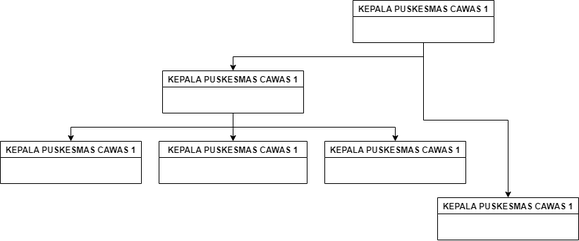
Earlier version of the draw.io export Bagan Puskesmas Cawas 1.png (famowoiii/web-sika). Source tidied: cells renumbered, new cells last; positions are measured from the earlier drawing's top-left corner, leaving out a move shared by most shapes. Its diagram source:
```xml
<mxGraphModel>
  <root>
    <mxCell id="0" />
    <mxCell id="1" parent="0" />
    <mxCell id="2" style="edgeStyle=orthogonalEdgeStyle;rounded=0;jettySize=auto;html=1;exitX=0.5;exitY=1;exitDx=0;exitDy=0;" parent="1" edge="1" source="4" target="8">
      <mxGeometry relative="1" as="geometry" />
    </mxCell>
    <mxCell id="3" style="edgeStyle=orthogonalEdgeStyle;rounded=0;jettySize=auto;html=1;" parent="1" edge="1" source="4" target="9">
      <mxGeometry relative="1" as="geometry" />
    </mxCell>
    <mxCell id="4" value="KEPALA PUSKESMAS CAWAS 1" style="swimlane;" parent="1" vertex="1">
      <mxGeometry x="500" width="200" height="60" as="geometry" />
    </mxCell>
    <mxCell id="5" style="edgeStyle=orthogonalEdgeStyle;rounded=0;jettySize=auto;html=1;exitX=0.5;exitY=1;exitDx=0;exitDy=0;" parent="1" edge="1" source="8" target="10">
      <mxGeometry relative="1" as="geometry" />
    </mxCell>
    <mxCell id="6" style="edgeStyle=orthogonalEdgeStyle;rounded=0;jettySize=auto;html=1;" parent="1" edge="1" source="8" target="11">
      <mxGeometry relative="1" as="geometry" />
    </mxCell>
    <mxCell id="7" style="edgeStyle=orthogonalEdgeStyle;rounded=0;jettySize=auto;html=1;exitX=0.5;exitY=1;exitDx=0;exitDy=0;" parent="1" edge="1" source="8" target="12">
      <mxGeometry relative="1" as="geometry" />
    </mxCell>
    <mxCell id="8" value="KEPALA PUSKESMAS CAWAS 1" style="swimlane;" parent="1" vertex="1">
      <mxGeometry x="230" y="100" width="200" height="60" as="geometry" />
    </mxCell>
    <mxCell id="9" value="KEPALA PUSKESMAS CAWAS 1" style="swimlane;" parent="1" vertex="1">
      <mxGeometry x="620" y="280" width="200" height="60" as="geometry" />
    </mxCell>
    <mxCell id="10" value="KEPALA PUSKESMAS CAWAS 1" style="swimlane;" parent="1" vertex="1">
      <mxGeometry y="200" width="200" height="60" as="geometry" />
    </mxCell>
    <mxCell id="11" value="KEPALA PUSKESMAS CAWAS 1" style="swimlane;" parent="1" vertex="1">
      <mxGeometry x="225" y="200" width="210" height="60" as="geometry" />
    </mxCell>
    <mxCell id="12" value="KEPALA PUSKESMAS CAWAS 1" style="swimlane;" parent="1" vertex="1">
      <mxGeometry x="460" y="200" width="200" height="60" as="geometry" />
    </mxCell>
  </root>
</mxGraphModel>
```
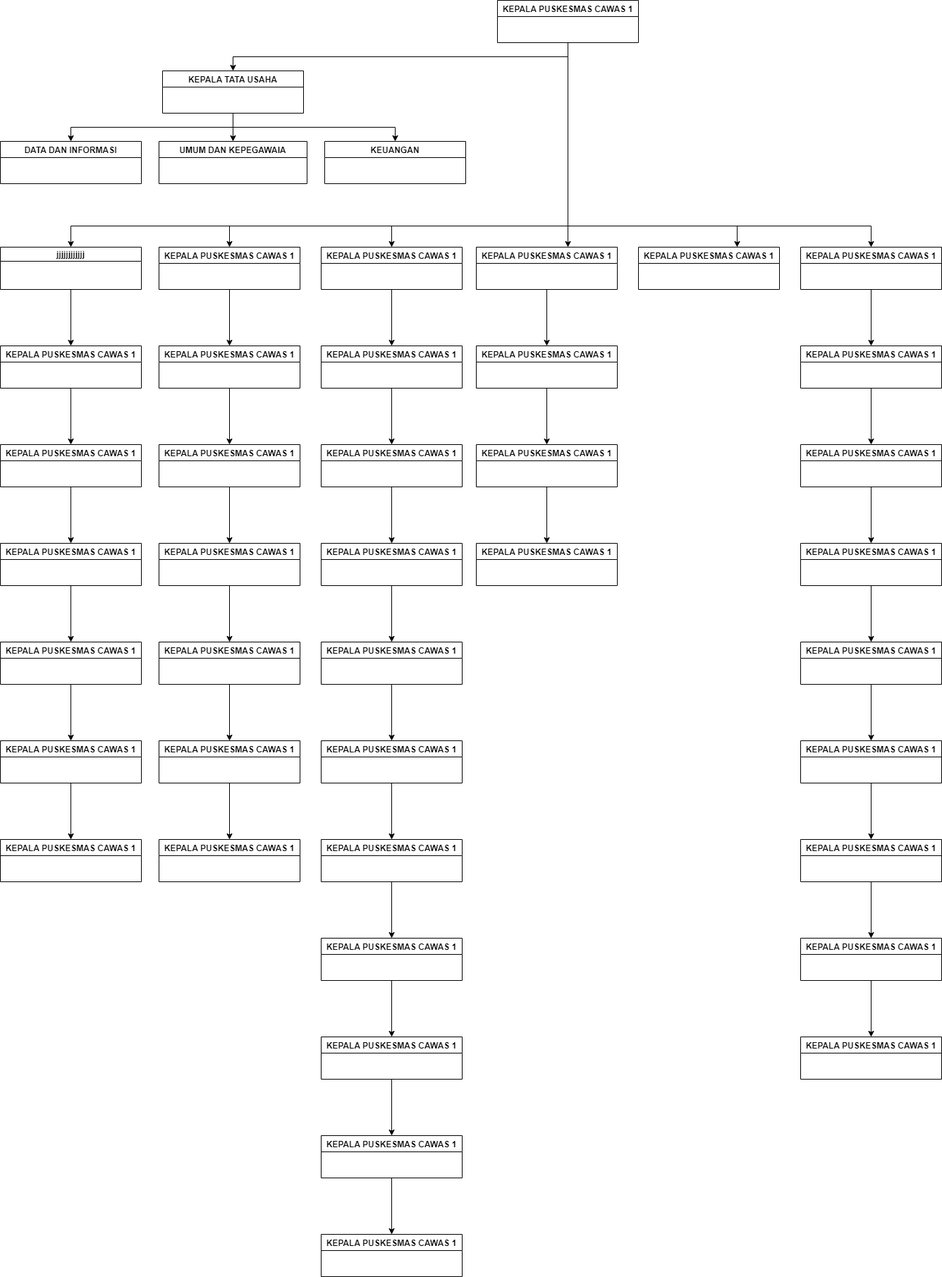
Above is the later version.

What changed in the source:
```diff
@@ -5,11 +5,56 @@
     <mxCell id="2" style="edgeStyle=orthogonalEdgeStyle;rounded=0;jettySize=auto;html=1;exitX=0.5;exitY=1;exitDx=0;exitDy=0;" parent="1" edge="1" source="4" target="8">
       <mxGeometry relative="1" as="geometry" />
     </mxCell>
-    <mxCell id="3" style="edgeStyle=orthogonalEdgeStyle;rounded=0;jettySize=auto;html=1;" parent="1" edge="1" source="4" target="9">
-      <mxGeometry relative="1" as="geometry" />
+    <mxCell id="3" style="edgeStyle=orthogonalEdgeStyle;rounded=0;jettySize=auto;html=1;exitX=0.5;exitY=1;exitDx=0;exitDy=0;" parent="1" edge="1" source="4" target="9">
+      <mxGeometry relative="1" as="geometry">
+        <Array as="points">
+          <mxPoint x="805" y="320" />
+          <mxPoint x="100" y="320" />
+        </Array>
+      </mxGeometry>
     </mxCell>
+    <mxCell id="13" style="edgeStyle=orthogonalEdgeStyle;rounded=0;jettySize=auto;html=1;exitX=0.5;exitY=1;exitDx=0;exitDy=0;" parent="1" edge="1" source="4" target="20">
+      <mxGeometry relative="1" as="geometry">
+        <Array as="points">
+          <mxPoint x="805" y="320" />
+          <mxPoint x="325" y="320" />
+        </Array>
+      </mxGeometry>
+    </mxCell>
+    <mxCell id="14" style="edgeStyle=orthogonalEdgeStyle;rounded=0;jettySize=auto;html=1;exitX=0.5;exitY=1;exitDx=0;exitDy=0;" parent="1" edge="1" source="4" target="22">
+      <mxGeometry relative="1" as="geometry">
+        <Array as="points">
+          <mxPoint x="805" y="320" />
+          <mxPoint x="555" y="320" />
+        </Array>
+      </mxGeometry>
+    </mxCell>
+    <mxCell id="15" style="edgeStyle=orthogonalEdgeStyle;rounded=0;jettySize=auto;html=1;" parent="1" edge="1" source="4" target="24">
+      <mxGeometry relative="1" as="geometry">
+        <Array as="points">
+          <mxPoint x="805" y="280" />
+          <mxPoint x="805" y="280" />
+        </Array>
+      </mxGeometry>
+    </mxCell>
+    <mxCell id="16" style="edgeStyle=orthogonalEdgeStyle;rounded=0;jettySize=auto;html=1;exitX=0.5;exitY=1;exitDx=0;exitDy=0;" parent="1" edge="1" source="4" target="25">
+      <mxGeometry relative="1" as="geometry">
+        <Array as="points">
+          <mxPoint x="805" y="320" />
+          <mxPoint x="1045" y="320" />
+        </Array>
+      </mxGeometry>
+    </mxCell>
+    <mxCell id="17" style="edgeStyle=orthogonalEdgeStyle;rounded=0;jettySize=auto;html=1;entryX=0.5;entryY=0;entryDx=0;entryDy=0;exitX=0.5;exitY=1;exitDx=0;exitDy=0;" parent="1" edge="1" source="4" target="27">
+      <mxGeometry relative="1" as="geometry">
+        <Array as="points">
+          <mxPoint x="805" y="320" />
+          <mxPoint x="1235" y="320" />
+        </Array>
+      </mxGeometry>
+    </mxCell>
     <mxCell id="4" value="KEPALA PUSKESMAS CAWAS 1" style="swimlane;" parent="1" vertex="1">
-      <mxGeometry x="500" width="200" height="60" as="geometry" />
+      <mxGeometry x="705" width="200" height="60" as="geometry" />
     </mxCell>
     <mxCell id="5" style="edgeStyle=orthogonalEdgeStyle;rounded=0;jettySize=auto;html=1;exitX=0.5;exitY=1;exitDx=0;exitDy=0;" parent="1" edge="1" source="8" target="10">
       <mxGeometry relative="1" as="geometry" />
@@ -20,20 +65,233 @@
     <mxCell id="7" style="edgeStyle=orthogonalEdgeStyle;rounded=0;jettySize=auto;html=1;exitX=0.5;exitY=1;exitDx=0;exitDy=0;" parent="1" edge="1" source="8" target="12">
       <mxGeometry relative="1" as="geometry" />
     </mxCell>
-    <mxCell id="8" value="KEPALA PUSKESMAS CAWAS 1" style="swimlane;" parent="1" vertex="1">
+    <mxCell id="8" value="KEPALA TATA USAHA" style="swimlane;" parent="1" vertex="1">
       <mxGeometry x="230" y="100" width="200" height="60" as="geometry" />
     </mxCell>
+    <mxCell id="18" style="edgeStyle=orthogonalEdgeStyle;rounded=0;jettySize=auto;html=1;" parent="1" edge="1" source="9" target="29">
+      <mxGeometry relative="1" as="geometry" />
+    </mxCell>
-    <mxCell id="9" value="KEPALA PUSKESMAS CAWAS 1" style="swimlane;" parent="1" vertex="1">
-      <mxGeometry x="620" y="280" width="200" height="60" as="geometry" />
+    <mxCell id="9" value="jjjjjjjjjjjj" style="swimlane;startSize=20;" parent="1" vertex="1">
+      <mxGeometry y="350" width="200" height="60" as="geometry" />
     </mxCell>
-    <mxCell id="10" value="KEPALA PUSKESMAS CAWAS 1" style="swimlane;" parent="1" vertex="1">
+    <mxCell id="10" value="DATA DAN INFORMASI" style="swimlane;" parent="1" vertex="1">
       <mxGeometry y="200" width="200" height="60" as="geometry" />
     </mxCell>
-    <mxCell id="11" value="KEPALA PUSKESMAS CAWAS 1" style="swimlane;" parent="1" vertex="1">
+    <mxCell id="11" value="UMUM DAN KEPEGAWAIA" style="swimlane;" parent="1" vertex="1">
       <mxGeometry x="225" y="200" width="210" height="60" as="geometry" />
     </mxCell>
-    <mxCell id="12" value="KEPALA PUSKESMAS CAWAS 1" style="swimlane;" parent="1" vertex="1">
+    <mxCell id="12" value="KEUANGAN" style="swimlane;startSize=23;" parent="1" vertex="1">
       <mxGeometry x="460" y="200" width="200" height="60" as="geometry" />
     </mxCell>
+    <mxCell id="19" style="edgeStyle=orthogonalEdgeStyle;rounded=0;jettySize=auto;html=1;" parent="1" edge="1" source="20" target="40">
+      <mxGeometry relative="1" as="geometry" />
+    </mxCell>
+    <mxCell id="20" value="KEPALA PUSKESMAS CAWAS 1" style="swimlane;" parent="1" vertex="1">
+      <mxGeometry x="225" y="350" width="200" height="60" as="geometry" />
+    </mxCell>
+    <mxCell id="21" style="edgeStyle=orthogonalEdgeStyle;rounded=0;jettySize=auto;html=1;" parent="1" edge="1" source="22" target="51">
+      <mxGeometry relative="1" as="geometry" />
+    </mxCell>
+    <mxCell id="22" value="KEPALA PUSKESMAS CAWAS 1" style="swimlane;" parent="1" vertex="1">
+      <mxGeometry x="455" y="350" width="200" height="60" as="geometry" />
+    </mxCell>
+    <mxCell id="23" style="edgeStyle=orthogonalEdgeStyle;rounded=0;jettySize=auto;html=1;" parent="1" edge="1" source="24" target="70">
+      <mxGeometry relative="1" as="geometry" />
+    </mxCell>
+    <mxCell id="24" value="KEPALA PUSKESMAS CAWAS 1" style="swimlane;" parent="1" vertex="1">
+      <mxGeometry x="675" y="350" width="200" height="60" as="geometry" />
+    </mxCell>
+    <mxCell id="25" value="KEPALA PUSKESMAS CAWAS 1" style="swimlane;" parent="1" vertex="1">
+      <mxGeometry x="905" y="350" width="200" height="60" as="geometry" />
+    </mxCell>
+    <mxCell id="26" style="edgeStyle=orthogonalEdgeStyle;rounded=0;jettySize=auto;html=1;" parent="1" edge="1" source="27" target="75">
+      <mxGeometry relative="1" as="geometry" />
+    </mxCell>
+    <mxCell id="27" value="KEPALA PUSKESMAS CAWAS 1" style="swimlane;" parent="1" vertex="1">
+      <mxGeometry x="1135" y="350" width="200" height="60" as="geometry" />
+    </mxCell>
+    <mxCell id="28" style="edgeStyle=orthogonalEdgeStyle;rounded=0;jettySize=auto;html=1;" parent="1" edge="1" source="29" target="31">
+      <mxGeometry relative="1" as="geometry" />
+    </mxCell>
+    <mxCell id="29" value="KEPALA PUSKESMAS CAWAS 1" style="swimlane;" parent="1" vertex="1">
+      <mxGeometry y="490" width="200" height="60" as="geometry" />
+    </mxCell>
+    <mxCell id="30" style="edgeStyle=orthogonalEdgeStyle;rounded=0;jettySize=auto;html=1;" parent="1" edge="1" source="31" target="33">
+      <mxGeometry relative="1" as="geometry" />
+    </mxCell>
+    <mxCell id="31" value="KEPALA PUSKESMAS CAWAS 1" style="swimlane;" parent="1" vertex="1">
+      <mxGeometry y="630" width="200" height="60" as="geometry" />
+    </mxCell>
+    <mxCell id="32" style="edgeStyle=orthogonalEdgeStyle;rounded=0;jettySize=auto;html=1;" parent="1" edge="1" source="33" target="35">
+      <mxGeometry relative="1" as="geometry" />
+    </mxCell>
+    <mxCell id="33" value="KEPALA PUSKESMAS CAWAS 1" style="swimlane;" parent="1" vertex="1">
+      <mxGeometry y="770" width="200" height="60" as="geometry" />
+    </mxCell>
+    <mxCell id="34" style="edgeStyle=orthogonalEdgeStyle;rounded=0;jettySize=auto;html=1;" parent="1" edge="1" source="35" target="37">
+      <mxGeometry relative="1" as="geometry" />
+    </mxCell>
+    <mxCell id="35" value="KEPALA PUSKESMAS CAWAS 1" style="swimlane;" parent="1" vertex="1">
+      <mxGeometry y="910" width="200" height="60" as="geometry" />
+    </mxCell>
+    <mxCell id="36" style="edgeStyle=orthogonalEdgeStyle;rounded=0;jettySize=auto;html=1;" parent="1" edge="1" source="37" target="38">
+      <mxGeometry relative="1" as="geometry" />
+    </mxCell>
+    <mxCell id="37" value="KEPALA PUSKESMAS CAWAS 1" style="swimlane;" parent="1" vertex="1">
+      <mxGeometry y="1050" width="200" height="60" as="geometry" />
+    </mxCell>
+    <mxCell id="38" value="KEPALA PUSKESMAS CAWAS 1" style="swimlane;" parent="1" vertex="1">
+      <mxGeometry y="1190" width="200" height="60" as="geometry" />
+    </mxCell>
+    <mxCell id="39" style="edgeStyle=orthogonalEdgeStyle;rounded=0;jettySize=auto;html=1;" parent="1" edge="1" source="40" target="42">
+      <mxGeometry relative="1" as="geometry" />
+    </mxCell>
+    <mxCell id="40" value="KEPALA PUSKESMAS CAWAS 1" style="swimlane;" parent="1" vertex="1">
+      <mxGeometry x="225" y="490" width="200" height="60" as="geometry" />
+    </mxCell>
+    <mxCell id="41" style="edgeStyle=orthogonalEdgeStyle;rounded=0;jettySize=auto;html=1;" parent="1" edge="1" source="42" target="44">
+      <mxGeometry relative="1" as="geometry" />
+    </mxCell>
+    <mxCell id="42" value="KEPALA PUSKESMAS CAWAS 1" style="swimlane;" parent="1" vertex="1">
+      <mxGeometry x="225" y="630" width="200" height="60" as="geometry" />
+    </mxCell>
+    <mxCell id="43" style="edgeStyle=orthogonalEdgeStyle;rounded=0;jettySize=auto;html=1;" parent="1" edge="1" source="44" target="46">
+      <mxGeometry relative="1" as="geometry" />
+    </mxCell>
+    <mxCell id="44" value="KEPALA PUSKESMAS CAWAS 1" style="swimlane;" parent="1" vertex="1">
+      <mxGeometry x="225" y="770" width="200" height="60" as="geometry" />
+    </mxCell>
+    <mxCell id="45" style="edgeStyle=orthogonalEdgeStyle;rounded=0;jettySize=auto;html=1;" parent="1" edge="1" source="46" target="48">
+      <mxGeometry relative="1" as="geometry" />
+    </mxCell>
+    <mxCell id="46" value="KEPALA PUSKESMAS CAWAS 1" style="swimlane;" parent="1" vertex="1">
+      <mxGeometry x="225" y="910" width="200" height="60" as="geometry" />
+    </mxCell>
+    <mxCell id="47" style="edgeStyle=orthogonalEdgeStyle;rounded=0;jettySize=auto;html=1;" parent="1" edge="1" source="48" target="49">
+      <mxGeometry relative="1" as="geometry" />
+    </mxCell>
+    <mxCell id="48" value="KEPALA PUSKESMAS CAWAS 1" style="swimlane;" parent="1" vertex="1">
+      <mxGeometry x="225" y="1050" width="200" height="60" as="geometry" />
+    </mxCell>
+    <mxCell id="49" value="KEPALA PUSKESMAS CAWAS 1" style="swimlane;" parent="1" vertex="1">
+      <mxGeometry x="225" y="1190" width="200" height="60" as="geometry" />
+    </mxCell>
+    <mxCell id="50" style="edgeStyle=orthogonalEdgeStyle;rounded=0;jettySize=auto;html=1;" parent="1" edge="1" source="51" target="53">
+      <mxGeometry relative="1" as="geometry" />
+    </mxCell>
+    <mxCell id="51" value="KEPALA PUSKESMAS CAWAS 1" style="swimlane;" parent="1" vertex="1">
+      <mxGeometry x="455" y="490" width="200" height="60" as="geometry" />
+    </mxCell>
+    <mxCell id="52" style="edgeStyle=orthogonalEdgeStyle;rounded=0;jettySize=auto;html=1;" parent="1" edge="1" source="53" target="55">
+      <mxGeometry relative="1" as="geometry" />
+    </mxCell>
+    <mxCell id="53" value="KEPALA PUSKESMAS CAWAS 1" style="swimlane;" parent="1" vertex="1">
+      <mxGeometry x="455" y="630" width="200" height="60" as="geometry" />
+    </mxCell>
+    <mxCell id="54" style="edgeStyle=orthogonalEdgeStyle;rounded=0;jettySize=auto;html=1;" parent="1" edge="1" source="55" target="57">
+      <mxGeometry relative="1" as="geometry" />
+    </mxCell>
+    <mxCell id="55" value="KEPALA PUSKESMAS CAWAS 1" style="swimlane;" parent="1" vertex="1">
+      <mxGeometry x="455" y="770" width="200" height="60" as="geometry" />
+    </mxCell>
+    <mxCell id="56" style="edgeStyle=orthogonalEdgeStyle;rounded=0;jettySize=auto;html=1;" parent="1" edge="1" source="57" target="59">
+      <mxGeometry relative="1" as="geometry" />
+    </mxCell>
+    <mxCell id="57" value="KEPALA PUSKESMAS CAWAS 1" style="swimlane;" parent="1" vertex="1">
+      <mxGeometry x="455" y="910" width="200" height="60" as="geometry" />
+    </mxCell>
+    <mxCell id="58" style="edgeStyle=orthogonalEdgeStyle;rounded=0;jettySize=auto;html=1;" parent="1" edge="1" source="59" target="61">
+      <mxGeometry relative="1" as="geometry" />
+    </mxCell>
+    <mxCell id="59" value="KEPALA PUSKESMAS CAWAS 1" style="swimlane;" parent="1" vertex="1">
+      <mxGeometry x="455" y="1050" width="200" height="60" as="geometry" />
+    </mxCell>
+    <mxCell id="60" style="edgeStyle=orthogonalEdgeStyle;rounded=0;jettySize=auto;html=1;" parent="1" edge="1" source="61" target="63">
+      <mxGeometry relative="1" as="geometry" />
+    </mxCell>
+    <mxCell id="61" value="KEPALA PUSKESMAS CAWAS 1" style="swimlane;" parent="1" vertex="1">
+      <mxGeometry x="455" y="1190" width="200" height="60" as="geometry" />
+    </mxCell>
+    <mxCell id="62" style="edgeStyle=orthogonalEdgeStyle;rounded=0;jettySize=auto;html=1;" parent="1" edge="1" source="63" target="65">
+      <mxGeometry relative="1" as="geometry" />
+    </mxCell>
+    <mxCell id="63" value="KEPALA PUSKESMAS CAWAS 1" style="swimlane;" parent="1" vertex="1">
+      <mxGeometry x="455" y="1330" width="200" height="60" as="geometry" />
+    </mxCell>
+    <mxCell id="64" style="edgeStyle=orthogonalEdgeStyle;rounded=0;jettySize=auto;html=1;" parent="1" edge="1" source="65" target="67">
+      <mxGeometry relative="1" as="geometry" />
+    </mxCell>
+    <mxCell id="65" value="KEPALA PUSKESMAS CAWAS 1" style="swimlane;" parent="1" vertex="1">
+      <mxGeometry x="455" y="1470" width="200" height="60" as="geometry" />
+    </mxCell>
+    <mxCell id="66" style="edgeStyle=orthogonalEdgeStyle;rounded=0;jettySize=auto;html=1;" parent="1" edge="1" source="67" target="68">
+      <mxGeometry relative="1" as="geometry" />
+    </mxCell>
+    <mxCell id="67" value="KEPALA PUSKESMAS CAWAS 1" style="swimlane;" parent="1" vertex="1">
+      <mxGeometry x="455" y="1610" width="200" height="60" as="geometry" />
+    </mxCell>
+    <mxCell id="68" value="KEPALA PUSKESMAS CAWAS 1" style="swimlane;" parent="1" vertex="1">
+      <mxGeometry x="455" y="1750" width="200" height="60" as="geometry" />
+    </mxCell>
+    <mxCell id="69" style="edgeStyle=orthogonalEdgeStyle;rounded=0;jettySize=auto;html=1;" parent="1" edge="1" source="70" target="72">
+      <mxGeometry relative="1" as="geometry" />
+    </mxCell>
+    <mxCell id="70" value="KEPALA PUSKESMAS CAWAS 1" style="swimlane;" parent="1" vertex="1">
+      <mxGeometry x="675" y="490" width="200" height="60" as="geometry" />
+    </mxCell>
+    <mxCell id="71" style="edgeStyle=orthogonalEdgeStyle;rounded=0;jettySize=auto;html=1;" parent="1" edge="1" source="72" target="73">
+      <mxGeometry relative="1" as="geometry" />
+    </mxCell>
+    <mxCell id="72" value="KEPALA PUSKESMAS CAWAS 1" style="swimlane;" parent="1" vertex="1">
+      <mxGeometry x="675" y="630" width="200" height="60" as="geometry" />
+    </mxCell>
+    <mxCell id="73" value="KEPALA PUSKESMAS CAWAS 1" style="swimlane;" parent="1" vertex="1">
+      <mxGeometry x="675" y="770" width="200" height="60" as="geometry" />
+    </mxCell>
+    <mxCell id="74" style="edgeStyle=orthogonalEdgeStyle;rounded=0;jettySize=auto;html=1;" parent="1" edge="1" source="75" target="77">
+      <mxGeometry relative="1" as="geometry" />
+    </mxCell>
+    <mxCell id="75" value="KEPALA PUSKESMAS CAWAS 1" style="swimlane;" parent="1" vertex="1">
+      <mxGeometry x="1135" y="490" width="200" height="60" as="geometry" />
+    </mxCell>
+    <mxCell id="76" style="edgeStyle=orthogonalEdgeStyle;rounded=0;jettySize=auto;html=1;" parent="1" edge="1" source="77" target="79">
+      <mxGeometry relative="1" as="geometry" />
+    </mxCell>
+    <mxCell id="77" value="KEPALA PUSKESMAS CAWAS 1" style="swimlane;" parent="1" vertex="1">
+      <mxGeometry x="1135" y="630" width="200" height="60" as="geometry" />
+    </mxCell>
+    <mxCell id="78" style="edgeStyle=orthogonalEdgeStyle;rounded=0;jettySize=auto;html=1;" parent="1" edge="1" source="79" target="81">
+      <mxGeometry relative="1" as="geometry" />
+    </mxCell>
+    <mxCell id="79" value="KEPALA PUSKESMAS CAWAS 1" style="swimlane;" parent="1" vertex="1">
+      <mxGeometry x="1135" y="770" width="200" height="60" as="geometry" />
+    </mxCell>
+    <mxCell id="80" style="edgeStyle=orthogonalEdgeStyle;rounded=0;jettySize=auto;html=1;" parent="1" edge="1" source="81" target="83">
+      <mxGeometry relative="1" as="geometry" />
+    </mxCell>
+    <mxCell id="81" value="KEPALA PUSKESMAS CAWAS 1" style="swimlane;" parent="1" vertex="1">
+      <mxGeometry x="1135" y="910" width="200" height="60" as="geometry" />
+    </mxCell>
+    <mxCell id="82" style="edgeStyle=orthogonalEdgeStyle;rounded=0;jettySize=auto;html=1;" parent="1" edge="1" source="83" target="85">
+      <mxGeometry relative="1" as="geometry" />
+    </mxCell>
+    <mxCell id="83" value="KEPALA PUSKESMAS CAWAS 1" style="swimlane;" parent="1" vertex="1">
+      <mxGeometry x="1135" y="1050" width="200" height="60" as="geometry" />
+    </mxCell>
+    <mxCell id="84" style="edgeStyle=orthogonalEdgeStyle;rounded=0;jettySize=auto;html=1;" parent="1" edge="1" source="85" target="87">
+      <mxGeometry relative="1" as="geometry" />
+    </mxCell>
+    <mxCell id="85" value="KEPALA PUSKESMAS CAWAS 1" style="swimlane;" parent="1" vertex="1">
+      <mxGeometry x="1135" y="1190" width="200" height="60" as="geometry" />
+    </mxCell>
+    <mxCell id="86" style="edgeStyle=orthogonalEdgeStyle;rounded=0;jettySize=auto;html=1;" parent="1" edge="1" source="87" target="88">
+      <mxGeometry relative="1" as="geometry" />
+    </mxCell>
+    <mxCell id="87" value="KEPALA PUSKESMAS CAWAS 1" style="swimlane;" parent="1" vertex="1">
+      <mxGeometry x="1135" y="1330" width="200" height="60" as="geometry" />
+    </mxCell>
+    <mxCell id="88" value="KEPALA PUSKESMAS CAWAS 1" style="swimlane;" parent="1" vertex="1">
+      <mxGeometry x="1135" y="1470" width="200" height="60" as="geometry" />
+    </mxCell>
   </root>
 </mxGraphModel>
```
